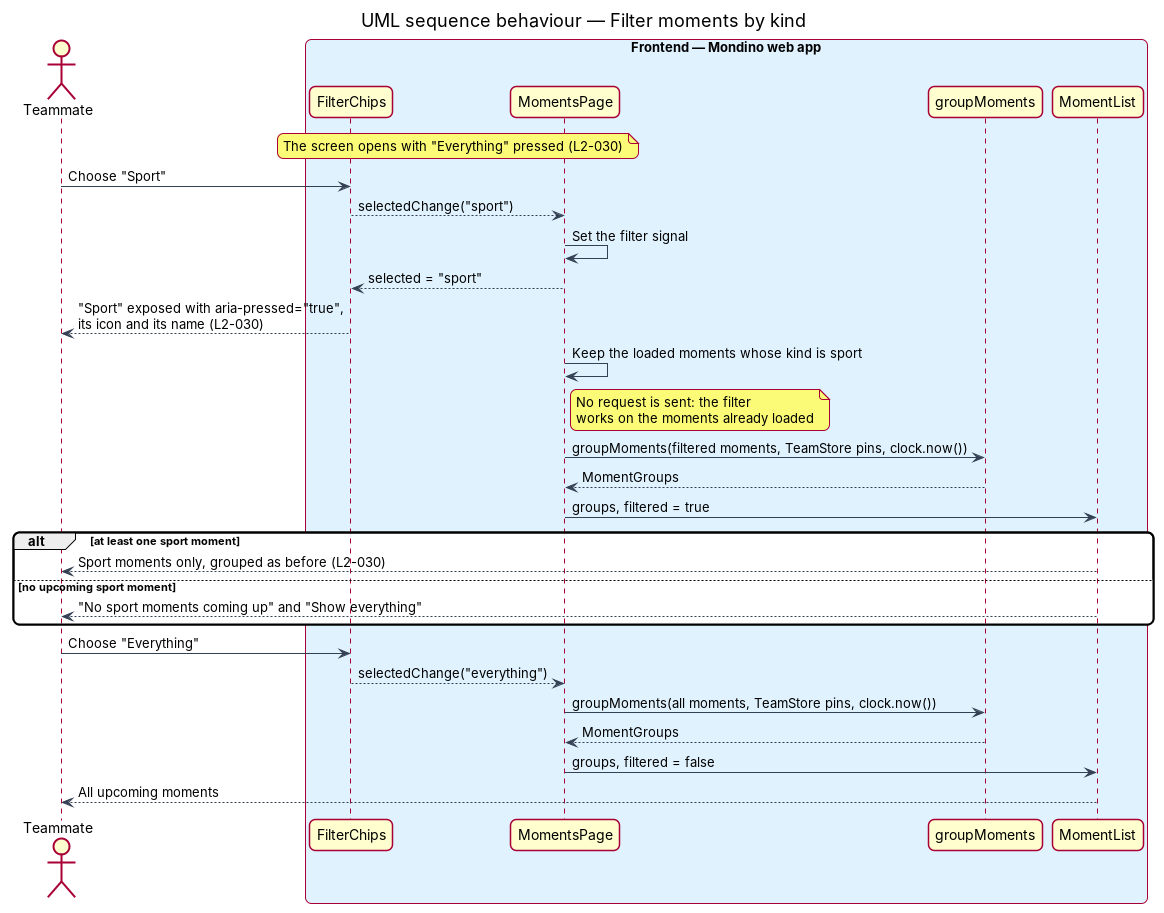
Earlier version of the PlantUML export docs/detailed-designs/moments/list-moments/diagrams/sequence-filter-by-kind.png (QuinntyneBrown/Mondino). Its source is kept beside it as docs/detailed-designs/moments/list-moments/diagrams/sequence-filter-by-kind.puml. Source of this version:
```plantuml
@startuml
title UML sequence behaviour — Filter moments by kind
skinparam backgroundColor #FFFFFF
skinparam shadowing false
skinparam roundcorner 12
skinparam defaultFontName Arial
skinparam ArrowColor #344054
skinparam rectangle {
  BorderColor #344054
  FontColor #101828
}
skinparam package {
  BorderColor #667085
  FontColor #101828
  BackgroundColor #F9FAFB
}
actor "Teammate" as actor
box "Frontend — Mondino web app" #E0F2FE
  participant "FilterChips" as chips
  participant "MomentsPage" as page
  participant "groupMoments" as group
  participant "MomentList" as list
end box

note over chips, page : The screen opens with "Everything" pressed (L2-030)
actor -> chips : Choose "Sport"
chips --> page : selectedChange("sport")
page -> page : Set the filter signal
page --> chips : selected = "sport"
chips --> actor : "Sport" exposed with aria-pressed="true",\nits icon and its name (L2-030)
page -> page : Keep the loaded moments whose kind is sport
note right of page : No request is sent: the filter\nworks on the moments already loaded
page -> group : groupMoments(filtered moments, TeamStore pins, clock.now())
group --> page : MomentGroups
page -> list : groups, filtered = true
alt at least one sport moment
  list --> actor : Sport moments only, grouped as before (L2-030)
else no upcoming sport moment
  list --> actor : "No sport moments coming up" and "Show everything"
end
actor -> chips : Choose "Everything"
chips --> page : selectedChange("everything")
page -> group : groupMoments(all moments, TeamStore pins, clock.now())
group --> page : MomentGroups
page -> list : groups, filtered = false
list --> actor : All upcoming moments
@enduml
```
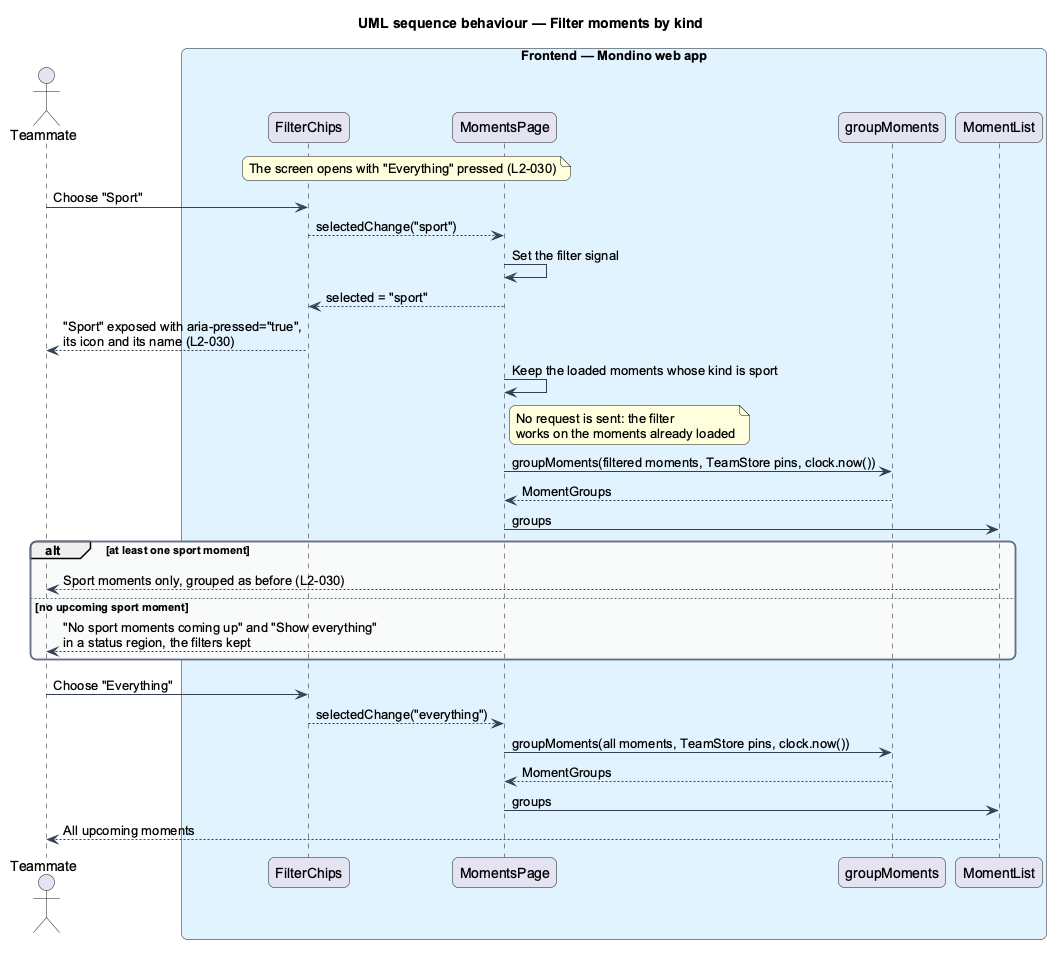
Above is the later version.

What changed in the source:
```diff
@@ -32,16 +32,16 @@
 note right of page : No request is sent: the filter\nworks on the moments already loaded
 page -> group : groupMoments(filtered moments, TeamStore pins, clock.now())
 group --> page : MomentGroups
-page -> list : groups, filtered = true
+page -> list : groups
 alt at least one sport moment
   list --> actor : Sport moments only, grouped as before (L2-030)
 else no upcoming sport moment
-  list --> actor : "No sport moments coming up" and "Show everything"
+  page --> actor : "No sport moments coming up" and "Show everything"\nin a status region, the filters kept
 end
 actor -> chips : Choose "Everything"
 chips --> page : selectedChange("everything")
 page -> group : groupMoments(all moments, TeamStore pins, clock.now())
 group --> page : MomentGroups
-page -> list : groups, filtered = false
+page -> list : groups
 list --> actor : All upcoming moments
 @enduml
```
